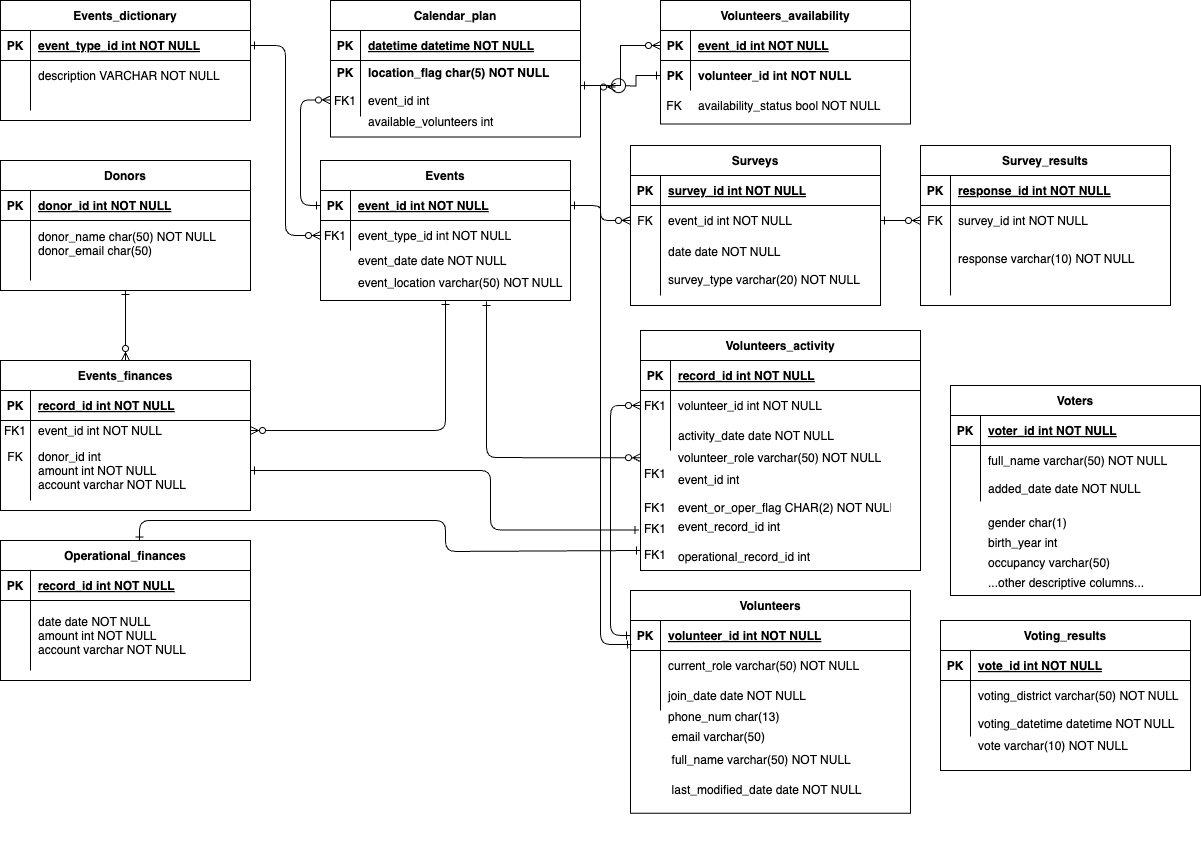
Earlier version of the draw.io export DB_HW_PolCampaign/DB_Dastan_Alibekov_HW_PoliticalCampaign_diagram.png (dasalib/SP25_Dastan_Alibekov). Source tidied: cells renumbered, new cells last; positions are measured from the earlier drawing's top-left corner, leaving out a move shared by most shapes.
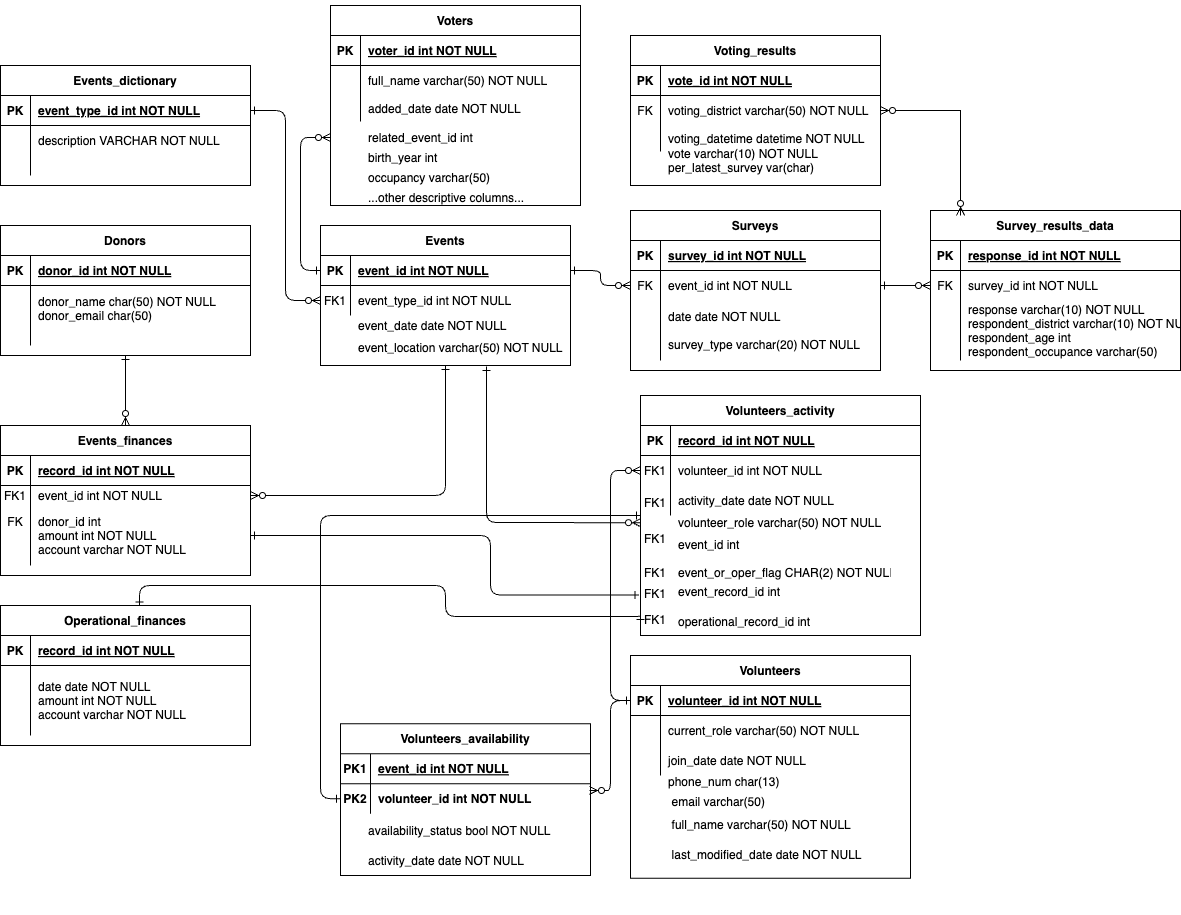
After the change.

Diff of the diagram source:
```diff
@@ -57,12 +57,12 @@
       <mxGeometry width="30" height="30" as="geometry" />
     </mxCell>
     <mxCell id="20" value="Volunteers_availability" style="shape=table;startSize=30;rowLines=0;fontStyle=1;align=center;" parent="1" vertex="1">
-      <mxGeometry x="660" width="250" height="123.6" as="geometry" />
+      <mxGeometry x="340" y="658.2" width="250" height="151.8" as="geometry" />
     </mxCell>
     <mxCell id="21" style="shape=partialRectangle;fillColor=none;points=[[0,0.5],[1,0.5]];portConstraint=eastwest;top=0;left=0;right=0;bottom=1;" parent="20" vertex="1">
       <mxGeometry y="30" width="250" height="30" as="geometry" />
     </mxCell>
-    <mxCell id="22" value="PK" style="shape=partialRectangle;overflow=hidden;fillColor=none;top=0;left=0;bottom=0;right=0;fontStyle=1;" parent="21" vertex="1">
+    <mxCell id="22" value="PK1" style="shape=partialRectangle;overflow=hidden;fillColor=none;top=0;left=0;bottom=0;right=0;fontStyle=1;" parent="21" vertex="1">
       <mxGeometry width="30" height="30" as="geometry" />
     </mxCell>
     <mxCell id="23" value="event_id int NOT NULL " style="shape=partialRectangle;overflow=hidden;fillColor=none;top=0;left=0;bottom=0;right=0;align=left;spacingLeft=6;fontStyle=5;" parent="21" vertex="1">
@@ -71,7 +71,7 @@
     <mxCell id="24" style="shape=partialRectangle;fillColor=none;points=[[0,0.5],[1,0.5]];portConstraint=eastwest;top=0;left=0;right=0;bottom=0;fontStyle=1;" parent="20" vertex="1">
       <mxGeometry y="60" width="250" height="30" as="geometry" />
     </mxCell>
-    <mxCell id="25" value="PK" style="shape=partialRectangle;overflow=hidden;fillColor=none;top=0;left=0;bottom=0;right=0;fontStyle=1;" parent="24" vertex="1">
+    <mxCell id="25" value="PK2" style="shape=partialRectangle;overflow=hidden;fillColor=none;top=0;left=0;bottom=0;right=0;fontStyle=1;" parent="24" vertex="1">
       <mxGeometry width="30" height="30" as="geometry" />
     </mxCell>
     <mxCell id="26" value="volunteer_id int NOT NULL" style="shape=partialRectangle;overflow=hidden;fillColor=none;top=0;left=0;bottom=0;right=0;align=left;spacingLeft=6;fontStyle=1;" parent="24" vertex="1">
@@ -299,6 +299,9 @@
     <mxCell id="100" value="volunteer_role varchar(50) NOT NULL" style="shape=partialRectangle;overflow=hidden;fillColor=none;top=0;left=0;bottom=0;right=0;align=left;spacingLeft=6;" parent="99" vertex="1">
       <mxGeometry x="30" width="220" height="34.3" as="geometry" />
     </mxCell>
+    <mxCell id="114" value="FK1" style="shape=partialRectangle;overflow=hidden;fillColor=none;top=0;left=0;bottom=0;right=0;" parent="77" vertex="1">
+      <mxGeometry y="90" width="30" height="34.3" as="geometry" />
+    </mxCell>
     <mxCell id="101" style="edgeStyle=orthogonalEdgeStyle;rounded=1;jettySize=auto;html=1;entryX=1;entryY=0.5;entryDx=0;entryDy=0;startArrow=ERone;startFill=0;curved=0;endArrow=ERone;endFill=0;exitX=-0.006;exitY=0.151;exitDx=0;exitDy=0;exitPerimeter=0;" parent="1" edge="1" source="94" target="44">
       <mxGeometry relative="1" as="geometry">
         <Array as="points">
@@ -326,56 +329,20 @@
     <mxCell id="105" value="email varchar(50)" style="shape=partialRectangle;overflow=hidden;fillColor=none;top=0;left=0;bottom=0;right=0;align=left;spacingLeft=6;" parent="104" vertex="1">
       <mxGeometry x="33.6" width="220" height="32.9" as="geometry" />
     </mxCell>
-    <mxCell id="106" value="Calendar_plan" style="shape=table;startSize=30;rowLines=0;fontStyle=1;align=center;" parent="1" vertex="1">
-      <mxGeometry x="330" width="250" height="136.4" as="geometry" />
-    </mxCell>
-    <mxCell id="107" style="shape=partialRectangle;fillColor=none;top=0;left=0;right=0;bottom=1;" parent="106" vertex="1">
-      <mxGeometry y="30" width="250" height="30" as="geometry" />
-    </mxCell>
-    <mxCell id="108" value="PK" style="shape=partialRectangle;overflow=hidden;fillColor=none;top=0;left=0;bottom=0;right=0;fontStyle=1;" parent="107" vertex="1">
-      <mxGeometry width="30" height="30" as="geometry" />
-    </mxCell>
-    <mxCell id="109" value="datetime datetime NOT NULL " style="shape=partialRectangle;overflow=hidden;fillColor=none;top=0;left=0;bottom=0;right=0;align=left;spacingLeft=6;fontStyle=5;" parent="107" vertex="1">
-      <mxGeometry x="30" width="220" height="30" as="geometry" />
-    </mxCell>
-    <mxCell id="110" style="shape=partialRectangle;fillColor=none;top=0;left=0;right=0;bottom=0;" parent="106" vertex="1">
-      <mxGeometry y="60" width="250" height="23" as="geometry" />
-    </mxCell>
-    <mxCell id="111" value="PK" style="shape=partialRectangle;overflow=hidden;fillColor=none;top=0;left=0;bottom=0;right=0;fontStyle=1;" parent="110" vertex="1">
-      <mxGeometry width="30" height="23" as="geometry" />
-    </mxCell>
-    <mxCell id="112" value="location_flag char(5) NOT NULL" style="shape=partialRectangle;overflow=hidden;fillColor=none;top=0;left=0;bottom=0;right=0;align=left;spacingLeft=6;fontStyle=1;" parent="110" vertex="1">
-      <mxGeometry x="30" width="220" height="23" as="geometry" />
-    </mxCell>
-    <mxCell id="113" style="shape=partialRectangle;fillColor=none;points=[[0,0.5],[1,0.5]];portConstraint=eastwest;top=0;left=0;right=0;bottom=0;" parent="106" vertex="1">
-      <mxGeometry y="83" width="250" height="33" as="geometry" />
-    </mxCell>
-    <mxCell id="114" value="FK1" style="shape=partialRectangle;overflow=hidden;fillColor=none;top=0;left=0;bottom=0;right=0;" parent="113" vertex="1">
-      <mxGeometry width="30" height="33" as="geometry" />
-    </mxCell>
-    <mxCell id="115" value="event_id int" style="shape=partialRectangle;overflow=hidden;fillColor=none;top=0;left=0;bottom=0;right=0;align=left;spacingLeft=6;" parent="113" vertex="1">
-      <mxGeometry x="30" width="220" height="33" as="geometry" />
-    </mxCell>
     <mxCell id="116" style="shape=partialRectangle;fillColor=none;points=[[0,0.5],[1,0.5]];portConstraint=eastwest;top=0;left=0;right=0;bottom=0;" parent="1" vertex="1">
       <mxGeometry x="330" y="70" width="250" height="30" as="geometry" />
     </mxCell>
     <mxCell id="117" style="shape=partialRectangle;overflow=hidden;fillColor=none;top=0;left=0;bottom=0;right=0;" parent="116" vertex="1">
       <mxGeometry width="30" height="30" as="geometry" />
     </mxCell>
-    <mxCell id="118" style="edgeStyle=orthogonalEdgeStyle;rounded=1;jettySize=auto;html=1;exitX=0;exitY=0.5;exitDx=0;exitDy=0;entryX=0;entryY=0.5;entryDx=0;entryDy=0;curved=0;endArrow=ERone;endFill=0;startArrow=ERzeroToMany;startFill=0;" parent="1" edge="1" source="113" target="4">
-      <mxGeometry relative="1" as="geometry" />
-    </mxCell>
-    <mxCell id="119" style="edgeStyle=orthogonalEdgeStyle;rounded=0;jettySize=auto;html=1;exitX=0;exitY=0.5;exitDx=0;exitDy=0;entryX=1;entryY=0.5;entryDx=0;entryDy=0;startArrow=ERzeroToMany;startFill=0;endArrow=ERone;endFill=0;" parent="1" edge="1" source="21" target="116">
-      <mxGeometry relative="1" as="geometry" />
-    </mxCell>
-    <mxCell id="120" style="edgeStyle=orthogonalEdgeStyle;rounded=0;jettySize=auto;html=1;exitX=0;exitY=0.5;exitDx=0;exitDy=0;startArrow=ERone;startFill=0;endArrow=circle;endFill=0;" parent="1" edge="1" source="24">
+    <mxCell id="120" style="edgeStyle=orthogonalEdgeStyle;rounded=1;jettySize=auto;html=1;exitX=0;exitY=0.5;exitDx=0;exitDy=0;startArrow=ERone;startFill=0;endArrow=ERone;endFill=0;curved=0;" parent="1" edge="1" source="24" target="86">
       <mxGeometry relative="1" as="geometry">
-        <mxPoint x="610" y="85" as="targetPoint" />
+        <Array as="points">
+          <mxPoint x="320" y="733" />
+          <mxPoint x="320" y="450" />
+        </Array>
       </mxGeometry>
     </mxCell>
-    <mxCell id="121" value="available_volunteers int" style="shape=partialRectangle;overflow=hidden;fillColor=none;top=0;left=0;bottom=0;right=0;align=left;spacingLeft=6;" parent="1" vertex="1">
-      <mxGeometry x="360" y="106.4" width="220" height="30" as="geometry" />
-    </mxCell>
     <mxCell id="122" style="shape=partialRectangle;fillColor=none;top=0;left=0;right=0;bottom=0;" parent="1" vertex="1">
       <mxGeometry x="320" y="267" width="250" height="30" as="geometry" />
     </mxCell>
@@ -388,15 +355,6 @@
     <mxCell id="125" style="edgeStyle=orthogonalEdgeStyle;rounded=1;jettySize=auto;html=1;exitX=0;exitY=0.5;exitDx=0;exitDy=0;endArrow=ERone;endFill=0;startArrow=ERzeroToMany;startFill=0;curved=0;entryX=0.618;entryY=1.133;entryDx=0;entryDy=0;entryPerimeter=0;" parent="1" edge="1" source="99" target="124">
       <mxGeometry relative="1" as="geometry" />
     </mxCell>
-    <mxCell id="126" style="edgeStyle=orthogonalEdgeStyle;rounded=1;jettySize=auto;html=1;exitX=0;exitY=0.5;exitDx=0;exitDy=0;entryX=0.004;entryY=0.8;entryDx=0;entryDy=0;entryPerimeter=0;curved=0;endArrow=ERone;endFill=0;startArrow=ERzeroToMany;startFill=0;" parent="1" edge="1" target="63">
-      <mxGeometry relative="1" as="geometry">
-        <mxPoint x="615" y="86.5" as="sourcePoint" />
-        <Array as="points">
-          <mxPoint x="600" y="86" />
-          <mxPoint x="600" y="644" />
-        </Array>
-      </mxGeometry>
-    </mxCell>
     <mxCell id="127" value="Surveys" style="shape=table;startSize=30;rowLines=0;fontStyle=1;align=center;" parent="1" vertex="1">
       <mxGeometry x="630" y="145" width="250" height="160" as="geometry" />
     </mxCell>
@@ -427,8 +385,8 @@
     <mxCell id="136" value="date date NOT NULL&#10;&#10;survey_type varchar(20) NOT NULL" style="shape=partialRectangle;overflow=hidden;fillColor=none;top=0;left=0;bottom=0;right=0;align=left;spacingLeft=6;" parent="134" vertex="1">
       <mxGeometry x="30" width="220" height="60" as="geometry" />
     </mxCell>
-    <mxCell id="137" value="Survey_results" style="shape=table;startSize=30;rowLines=0;fontStyle=1;align=center;" parent="1" vertex="1">
-      <mxGeometry x="920" y="145" width="250" height="160" as="geometry" />
+    <mxCell id="137" value="Survey_results_data" style="shape=table;startSize=30;rowLines=0;fontStyle=1;align=center;" parent="1" vertex="1">
+      <mxGeometry x="930" y="145" width="250" height="160" as="geometry" />
     </mxCell>
     <mxCell id="138" style="shape=partialRectangle;fillColor=none;top=0;left=0;right=0;bottom=1;" parent="137" vertex="1">
       <mxGeometry y="30" width="250" height="30" as="geometry" />
@@ -454,7 +412,7 @@
     <mxCell id="145" style="shape=partialRectangle;overflow=hidden;fillColor=none;top=0;left=0;bottom=0;right=0;" parent="144" vertex="1">
       <mxGeometry width="30" height="60" as="geometry" />
     </mxCell>
-    <mxCell id="146" value="response varchar(10) NOT NULL&#10;" style="shape=partialRectangle;overflow=hidden;fillColor=none;top=0;left=0;bottom=0;right=0;align=left;spacingLeft=6;" parent="144" vertex="1">
+    <mxCell id="146" value="response varchar(10) NOT NULL&#10;respondent_district varchar(10) NOT NULL&#10;respondent_age int &#10;respondent_occupance varchar(50)" style="shape=partialRectangle;overflow=hidden;fillColor=none;top=0;left=0;bottom=0;right=0;align=left;spacingLeft=6;" parent="144" vertex="1">
       <mxGeometry x="30" width="220" height="60" as="geometry" />
     </mxCell>
     <mxCell id="147" style="edgeStyle=orthogonalEdgeStyle;rounded=0;jettySize=auto;html=1;exitX=0;exitY=0.5;exitDx=0;exitDy=0;startArrow=ERzeroToMany;startFill=0;endArrow=ERone;endFill=0;" parent="1" edge="1" source="141" target="131">
@@ -466,14 +424,11 @@
     <mxCell id="149" value="FK1" style="shape=partialRectangle;overflow=hidden;fillColor=none;top=0;left=0;bottom=0;right=0;" parent="1" vertex="1">
       <mxGeometry x="630" y="540" width="50" height="28.6" as="geometry" />
     </mxCell>
-    <mxCell id="150" value="FK" style="shape=partialRectangle;overflow=hidden;fillColor=none;top=0;left=0;bottom=0;right=0;fontStyle=0;" parent="1" vertex="1">
-      <mxGeometry x="659" y="90" width="30" height="30" as="geometry" />
-    </mxCell>
     <mxCell id="151" value="availability_status bool NOT NULL" style="shape=partialRectangle;overflow=hidden;fillColor=none;top=0;left=0;bottom=0;right=0;align=left;spacingLeft=6;fontStyle=0;" parent="1" vertex="1">
-      <mxGeometry x="690" y="90" width="220" height="30" as="geometry" />
+      <mxGeometry x="360" y="750" width="220" height="30" as="geometry" />
     </mxCell>
     <mxCell id="152" value="Voting_results" style="shape=table;startSize=30;rowLines=0;fontStyle=1;align=center;" parent="1" vertex="1">
-      <mxGeometry x="940" y="620" width="250" height="150" as="geometry" />
+      <mxGeometry x="630" y="-30" width="250" height="150" as="geometry" />
     </mxCell>
     <mxCell id="153" style="shape=partialRectangle;fillColor=none;top=0;left=0;right=0;bottom=1;" parent="152" vertex="1">
       <mxGeometry y="30" width="250" height="30" as="geometry" />
@@ -487,7 +442,7 @@
     <mxCell id="156" style="shape=partialRectangle;fillColor=none;points=[[0,0.5],[1,0.5]];portConstraint=eastwest;top=0;left=0;right=0;bottom=0;" parent="152" vertex="1">
       <mxGeometry y="60" width="250" height="30" as="geometry" />
     </mxCell>
-    <mxCell id="157" style="shape=partialRectangle;overflow=hidden;fillColor=none;top=0;left=0;bottom=0;right=0;" parent="156" vertex="1">
+    <mxCell id="157" value="FK" style="shape=partialRectangle;overflow=hidden;fillColor=none;top=0;left=0;bottom=0;right=0;" parent="156" vertex="1">
       <mxGeometry width="30" height="30" as="geometry" />
     </mxCell>
     <mxCell id="158" value="voting_district varchar(50) NOT NULL" style="shape=partialRectangle;overflow=hidden;fillColor=none;top=0;left=0;bottom=0;right=0;align=left;spacingLeft=6;" parent="156" vertex="1">
@@ -502,14 +457,14 @@
     <mxCell id="161" value="voting_datetime datetime NOT NULL" style="shape=partialRectangle;overflow=hidden;fillColor=none;top=0;left=0;bottom=0;right=0;align=left;spacingLeft=6;" parent="159" vertex="1">
       <mxGeometry x="30" width="220" height="26" as="geometry" />
     </mxCell>
-    <mxCell id="162" value="vote varchar(10) NOT NULL" style="shape=partialRectangle;overflow=hidden;fillColor=none;top=0;left=0;bottom=0;right=0;align=left;spacingLeft=6;" parent="1" vertex="1">
-      <mxGeometry x="970" y="730" width="220" height="30" as="geometry" />
+    <mxCell id="162" value="vote varchar(10) NOT NULL&#10;per_latest_survey var(char) " style="shape=partialRectangle;overflow=hidden;fillColor=none;top=0;left=0;bottom=0;right=0;align=left;spacingLeft=6;" parent="1" vertex="1">
+      <mxGeometry x="660" y="80" width="220" height="30" as="geometry" />
     </mxCell>
     <mxCell id="163" style="group;" parent="1" vertex="1">
-      <mxGeometry x="950" y="385" width="250" height="210" as="geometry" />
+      <mxGeometry x="330" y="-65" width="250" height="210" as="geometry" />
     </mxCell>
     <mxCell id="164" value="Voters" style="shape=table;startSize=30;rowLines=0;fontStyle=1;align=center;" parent="163" vertex="1">
-      <mxGeometry width="250" height="210" as="geometry" />
+      <mxGeometry y="5" width="250" height="200" as="geometry" />
     </mxCell>
     <mxCell id="165" style="shape=partialRectangle;fillColor=none;top=0;left=0;right=0;bottom=1;" parent="164" vertex="1">
       <mxGeometry y="30" width="250" height="30" as="geometry" />
@@ -544,7 +499,7 @@
     <mxCell id="175" style="shape=partialRectangle;overflow=hidden;fillColor=none;top=0;left=0;bottom=0;right=0;" parent="174" vertex="1">
       <mxGeometry width="30" height="26" as="geometry" />
     </mxCell>
-    <mxCell id="176" value="gender char(1) " style="shape=partialRectangle;overflow=hidden;fillColor=none;top=0;left=0;bottom=0;right=0;align=left;spacingLeft=6;" parent="174" vertex="1">
+    <mxCell id="176" value="related_event_id int" style="shape=partialRectangle;overflow=hidden;fillColor=none;top=0;left=0;bottom=0;right=0;align=left;spacingLeft=6;" parent="174" vertex="1">
       <mxGeometry x="30" width="220" height="26" as="geometry" />
     </mxCell>
     <mxCell id="177" style="shape=partialRectangle;fillColor=none;top=0;left=0;right=0;bottom=0;" parent="163" vertex="1">
@@ -574,5 +529,17 @@
     <mxCell id="185" value="...other descriptive columns..." style="shape=partialRectangle;overflow=hidden;fillColor=none;top=0;left=0;bottom=0;right=0;align=left;spacingLeft=6;" parent="183" vertex="1">
       <mxGeometry x="30" width="220" height="26" as="geometry" />
     </mxCell>
+    <mxCell id="186" value="activity_date date NOT NULL" style="shape=partialRectangle;overflow=hidden;fillColor=none;top=0;left=0;bottom=0;right=0;align=left;spacingLeft=6;fontStyle=0;" parent="1" vertex="1">
+      <mxGeometry x="360" y="780" width="220" height="30" as="geometry" />
+    </mxCell>
+    <mxCell id="187" style="edgeStyle=orthogonalEdgeStyle;rounded=1;jettySize=auto;html=1;exitX=0;exitY=0.5;exitDx=0;exitDy=0;entryX=0.996;entryY=0.226;entryDx=0;entryDy=0;entryPerimeter=0;endArrow=ERzeroToMany;endFill=0;startArrow=ERone;startFill=0;curved=0;" parent="1" edge="1" source="63" target="24">
+      <mxGeometry relative="1" as="geometry" />
+    </mxCell>
+    <mxCell id="188" style="edgeStyle=orthogonalEdgeStyle;rounded=1;jettySize=auto;html=1;exitX=0;exitY=0.5;exitDx=0;exitDy=0;entryX=0;entryY=0.5;entryDx=0;entryDy=0;curved=0;startArrow=ERzeroToMany;startFill=0;endArrow=ERone;endFill=0;" parent="1" edge="1" source="174" target="4">
+      <mxGeometry relative="1" as="geometry" />
+    </mxCell>
+    <mxCell id="189" style="edgeStyle=orthogonalEdgeStyle;rounded=0;jettySize=auto;html=1;entryX=0.12;entryY=0.031;entryDx=0;entryDy=0;entryPerimeter=0;endArrow=ERzeroToMany;endFill=0;startArrow=ERzeroToMany;startFill=0;" parent="1" edge="1" source="156" target="137">
+      <mxGeometry relative="1" as="geometry" />
+    </mxCell>
   </root>
 </mxGraphModel>
```
